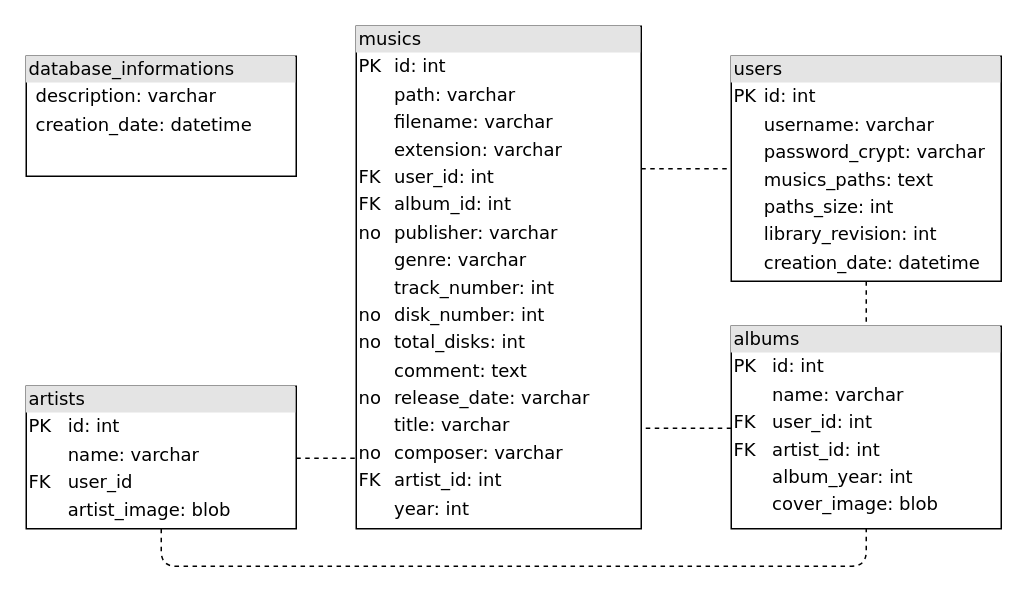
Above: diagrams/server/Database_structure.drawio in Ooggle/MUSIC-exclamation-mark (draw.io), before the change. Source tidied: cells renumbered, new cells numbered last; positions are measured from the earlier drawing's top-left corner, leaving out a move shared by most shapes. Both pictures are drawn from the tidied source at 150%, with x=0, y=0 at pixel (26, 26).
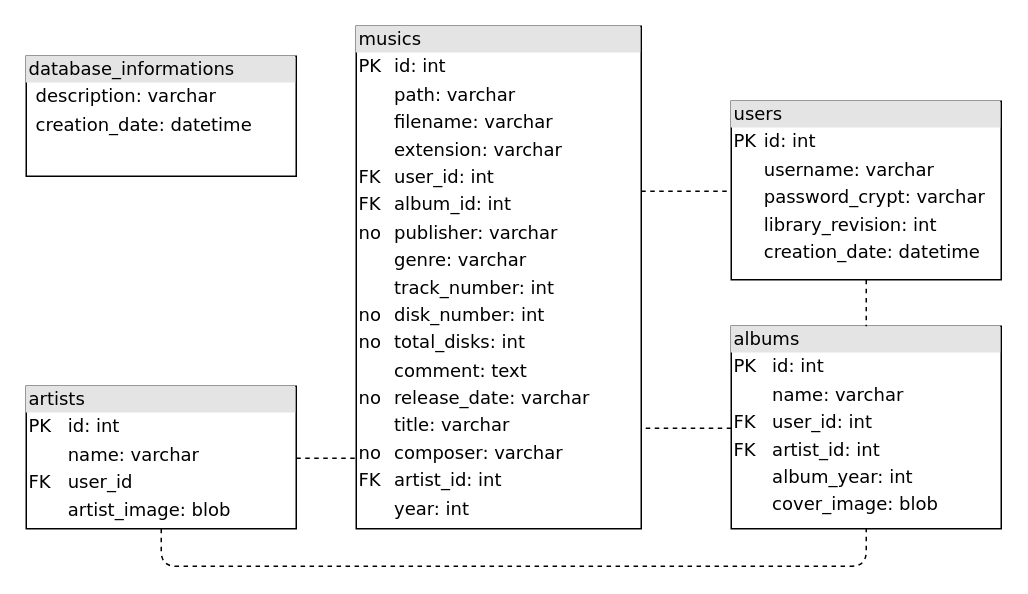
Above is the later version.

Commit message (it also covers changes not shown here):
simplify user infos and database

What changed in the source:
```diff
@@
 <mxGraphModel background="#ffffff">
   <root>
     <mxCell id="0" />
     <mxCell id="1" parent="0" />
-    <mxCell id="2" value="&lt;div style=&quot;box-sizing: border-box ; width: 100% ; background: #e4e4e4 ; padding: 2px&quot;&gt;users&lt;/div&gt;&lt;table style=&quot;width: 100% ; font-size: 1em&quot; cellpadding=&quot;2&quot; cellspacing=&quot;0&quot;&gt;&lt;tbody&gt;&lt;tr&gt;&lt;td&gt;PK&lt;/td&gt;&lt;td&gt;id: int&lt;/td&gt;&lt;/tr&gt;&lt;tr&gt;&lt;td&gt;&lt;br&gt;&lt;/td&gt;&lt;td&gt;username: varchar&lt;/td&gt;&lt;/tr&gt;&lt;tr&gt;&lt;td&gt;&lt;/td&gt;&lt;td&gt;password_crypt: varchar&lt;/td&gt;&lt;/tr&gt;&lt;tr&gt;&lt;td&gt;&lt;br&gt;&lt;/td&gt;&lt;td&gt;musics_paths: text&lt;br&gt;&lt;/td&gt;&lt;/tr&gt;&lt;tr&gt;&lt;td&gt;&lt;br&gt;&lt;/td&gt;&lt;td&gt;paths_size: int&lt;/td&gt;&lt;/tr&gt;&lt;tr&gt;&lt;td&gt;&lt;br&gt;&lt;/td&gt;&lt;td&gt;library_revision: int&lt;/td&gt;&lt;/tr&gt;&lt;tr&gt;&lt;td&gt;&lt;br&gt;&lt;/td&gt;&lt;td&gt;creation_date: datetime&lt;/td&gt;&lt;/tr&gt;&lt;/tbody&gt;&lt;/table&gt;" style="verticalAlign=top;align=left;overflow=fill;html=1;rounded=0;shadow=0;comic=0;labelBackgroundColor=none;strokeWidth=1;fontFamily=Verdana;fontSize=12;" parent="1" vertex="1">
-      <mxGeometry x="470" y="20" width="180" height="150" as="geometry" />
+    <mxCell id="2" value="&lt;div style=&quot;box-sizing: border-box ; width: 100% ; background: #e4e4e4 ; padding: 2px&quot;&gt;users&lt;/div&gt;&lt;table style=&quot;width: 100% ; font-size: 1em&quot; cellpadding=&quot;2&quot; cellspacing=&quot;0&quot;&gt;&lt;tbody&gt;&lt;tr&gt;&lt;td&gt;PK&lt;/td&gt;&lt;td&gt;id: int&lt;/td&gt;&lt;/tr&gt;&lt;tr&gt;&lt;td&gt;&lt;br&gt;&lt;/td&gt;&lt;td&gt;username: varchar&lt;/td&gt;&lt;/tr&gt;&lt;tr&gt;&lt;td&gt;&lt;/td&gt;&lt;td&gt;password_crypt: varchar&lt;/td&gt;&lt;/tr&gt;&lt;tr&gt;&lt;td&gt;&lt;br&gt;&lt;/td&gt;&lt;td&gt;library_revision: int&lt;/td&gt;&lt;/tr&gt;&lt;tr&gt;&lt;td&gt;&lt;br&gt;&lt;/td&gt;&lt;td&gt;creation_date: datetime&lt;/td&gt;&lt;/tr&gt;&lt;/tbody&gt;&lt;/table&gt;" style="verticalAlign=top;align=left;overflow=fill;html=1;rounded=0;shadow=0;comic=0;labelBackgroundColor=none;strokeWidth=1;fontFamily=Verdana;fontSize=12;" parent="1" vertex="1">
+      <mxGeometry x="470" y="50" width="180" height="119" as="geometry" />
     </mxCell>
     <mxCell id="3" value="&lt;div style=&quot;box-sizing: border-box ; width: 100% ; background: #e4e4e4 ; padding: 2px&quot;&gt;musics&lt;/div&gt;&lt;table style=&quot;width: 100% ; font-size: 1em&quot; cellpadding=&quot;2&quot; cellspacing=&quot;0&quot;&gt;&lt;tbody&gt;&lt;tr&gt;&lt;td&gt;PK&lt;/td&gt;&lt;td&gt;id: int&lt;/td&gt;&lt;/tr&gt;&lt;tr&gt;&lt;td&gt;&lt;br&gt;&lt;/td&gt;&lt;td&gt;path: varchar&lt;/td&gt;&lt;/tr&gt;&lt;tr&gt;&lt;td&gt;&lt;br&gt;&lt;/td&gt;&lt;td&gt;filename: varchar&lt;/td&gt;&lt;/tr&gt;&lt;tr&gt;&lt;td&gt;&lt;br&gt;&lt;/td&gt;&lt;td&gt;extension: varchar&lt;/td&gt;&lt;/tr&gt;&lt;tr&gt;&lt;td&gt;FK&lt;/td&gt;&lt;td&gt;user_id: int&lt;/td&gt;&lt;/tr&gt;&lt;tr&gt;&lt;td&gt;FK&lt;/td&gt;&lt;td&gt;album_id: int&lt;br&gt;&lt;/td&gt;&lt;/tr&gt;&lt;tr&gt;&lt;td&gt;no&lt;/td&gt;&lt;td&gt;publisher: varchar&lt;br&gt;&lt;/td&gt;&lt;/tr&gt;&lt;tr&gt;&lt;td&gt;&lt;br&gt;&lt;/td&gt;&lt;td&gt;genre: varchar&lt;br&gt;&lt;/td&gt;&lt;/tr&gt;&lt;tr&gt;&lt;td&gt;&lt;br&gt;&lt;/td&gt;&lt;td&gt;track_number: int&lt;br&gt;&lt;/td&gt;&lt;/tr&gt;&lt;tr&gt;&lt;td&gt;no&lt;/td&gt;&lt;td&gt;disk_number: int&lt;/td&gt;&lt;/tr&gt;&lt;tr&gt;&lt;td&gt;no&lt;/td&gt;&lt;td&gt;total_disks: int&lt;br&gt;&lt;/td&gt;&lt;/tr&gt;&lt;tr&gt;&lt;td&gt;&lt;br&gt;&lt;/td&gt;&lt;td&gt;comment: text&lt;/td&gt;&lt;/tr&gt;&lt;tr&gt;&lt;td&gt;no&lt;/td&gt;&lt;td&gt;release_date: varchar&lt;/td&gt;&lt;/tr&gt;&lt;tr&gt;&lt;td&gt;&lt;br&gt;&lt;/td&gt;&lt;td&gt;title: varchar&lt;br&gt;&lt;/td&gt;&lt;/tr&gt;&lt;tr&gt;&lt;td&gt;no&lt;/td&gt;&lt;td&gt;composer: varchar&lt;/td&gt;&lt;/tr&gt;&lt;tr&gt;&lt;td&gt;FK&lt;/td&gt;&lt;td&gt;artist_id: int&lt;/td&gt;&lt;/tr&gt;&lt;tr&gt;&lt;td&gt;&lt;br&gt;&lt;/td&gt;&lt;td&gt;year: int&lt;/td&gt;&lt;/tr&gt;&lt;/tbody&gt;&lt;/table&gt;" style="verticalAlign=top;align=left;overflow=fill;html=1;rounded=0;shadow=0;comic=0;labelBackgroundColor=none;strokeWidth=1;fontFamily=Verdana;fontSize=12;" parent="1" vertex="1">
       <mxGeometry x="220" width="190" height="335" as="geometry" />
     </mxCell>
     <mxCell id="4" value="&lt;div style=&quot;box-sizing: border-box ; width: 100% ; background: #e4e4e4 ; padding: 2px&quot;&gt;albums&lt;/div&gt;&lt;table style=&quot;width: 100% ; font-size: 1em&quot; cellpadding=&quot;2&quot; cellspacing=&quot;0&quot;&gt;&lt;tbody&gt;&lt;tr&gt;&lt;td&gt;PK&lt;/td&gt;&lt;td&gt;id: int&lt;/td&gt;&lt;/tr&gt;&lt;tr&gt;&lt;td&gt;&lt;br&gt;&lt;/td&gt;&lt;td&gt;name: varchar&lt;/td&gt;&lt;/tr&gt;&lt;tr&gt;&lt;td&gt;FK&lt;/td&gt;&lt;td&gt;user_id: int&lt;/td&gt;&lt;/tr&gt;&lt;tr&gt;&lt;td&gt;FK&lt;/td&gt;&lt;td&gt;artist_id: int&lt;/td&gt;&lt;/tr&gt;&lt;tr&gt;&lt;td&gt;&lt;br&gt;&lt;/td&gt;&lt;td&gt;album_year: int&lt;/td&gt;&lt;/tr&gt;&lt;tr&gt;&lt;td&gt;&lt;br&gt;&lt;/td&gt;&lt;td&gt;cover_image: blob&lt;/td&gt;&lt;/tr&gt;&lt;/tbody&gt;&lt;/table&gt;" style="verticalAlign=top;align=left;overflow=fill;html=1;rounded=0;shadow=0;comic=0;labelBackgroundColor=none;strokeWidth=1;fontFamily=Verdana;fontSize=12;" parent="1" vertex="1">
       <mxGeometry x="470" y="200" width="180" height="135" as="geometry" />
     </mxCell>
     <mxCell id="5" style="endArrow=none;dashed=1;html=1;edgeStyle=elbowEdgeStyle;elbow=vertical;" parent="1" edge="1" source="4" target="3">
       <mxGeometry relative="1" as="geometry" />
     </mxCell>
     <mxCell id="6" style="endArrow=none;dashed=1;html=1;edgeStyle=elbowEdgeStyle;elbow=vertical;" parent="1" edge="1" source="3" target="2">
       <mxGeometry relative="1" as="geometry" />
     </mxCell>
     <mxCell id="7" value="&lt;div style=&quot;box-sizing: border-box ; width: 100% ; background: #e4e4e4 ; padding: 2px&quot;&gt;database_informations&lt;/div&gt;&lt;table style=&quot;width: 100% ; font-size: 1em&quot; cellpadding=&quot;2&quot; cellspacing=&quot;0&quot;&gt;&lt;tbody&gt;&lt;tr&gt;&lt;td&gt;&lt;br&gt;&lt;/td&gt;&lt;td&gt;description: varchar&lt;/td&gt;&lt;/tr&gt;&lt;tr&gt;&lt;td&gt;&lt;br&gt;&lt;/td&gt;&lt;td&gt;creation_date: datetime&lt;/td&gt;&lt;/tr&gt;&lt;/tbody&gt;&lt;/table&gt;" style="verticalAlign=top;align=left;overflow=fill;html=1;rounded=0;shadow=0;comic=0;labelBackgroundColor=none;strokeWidth=1;fontFamily=Verdana;fontSize=12;" parent="1" vertex="1">
       <mxGeometry y="20" width="180" height="80" as="geometry" />
     </mxCell>
     <mxCell id="8" value="&lt;div style=&quot;box-sizing: border-box ; width: 100% ; background: #e4e4e4 ; padding: 2px&quot;&gt;artists&lt;/div&gt;&lt;table style=&quot;width: 100% ; font-size: 1em&quot; cellpadding=&quot;2&quot; cellspacing=&quot;0&quot;&gt;&lt;tbody&gt;&lt;tr&gt;&lt;td&gt;PK&lt;/td&gt;&lt;td&gt;id: int&lt;/td&gt;&lt;/tr&gt;&lt;tr&gt;&lt;td&gt;&lt;br&gt;&lt;/td&gt;&lt;td&gt;name: varchar&lt;br&gt;&lt;/td&gt;&lt;/tr&gt;&lt;tr&gt;&lt;td&gt;FK&lt;/td&gt;&lt;td&gt;user_id&lt;/td&gt;&lt;/tr&gt;&lt;tr&gt;&lt;td&gt;&lt;br&gt;&lt;/td&gt;&lt;td&gt;artist_image: blob&lt;/td&gt;&lt;/tr&gt;&lt;/tbody&gt;&lt;/table&gt;" style="verticalAlign=top;align=left;overflow=fill;html=1;rounded=0;shadow=0;comic=0;labelBackgroundColor=none;strokeWidth=1;fontFamily=Verdana;fontSize=12;" parent="1" vertex="1">
       <mxGeometry y="240" width="180" height="95" as="geometry" />
     </mxCell>
     <mxCell id="9" style="endArrow=none;dashed=1;html=1;strokeWidth=1;edgeStyle=elbowEdgeStyle;elbow=vertical;" parent="1" edge="1" source="8" target="3">
       <mxGeometry relative="1" as="geometry" />
     </mxCell>
     <mxCell id="10" style="endArrow=none;dashed=1;html=1;strokeWidth=1;edgeStyle=elbowEdgeStyle;elbow=vertical;" parent="1" edge="1" source="8" target="4">
       <mxGeometry relative="1" as="geometry">
         <Array as="points">
           <mxPoint x="320" y="360" />
         </Array>
       </mxGeometry>
     </mxCell>
     <mxCell id="11" style="endArrow=none;dashed=1;html=1;edgeStyle=elbowEdgeStyle;elbow=vertical;" parent="1" edge="1" source="2" target="4">
       <mxGeometry relative="1" as="geometry" />
     </mxCell>
   </root>
 </mxGraphModel>
```
